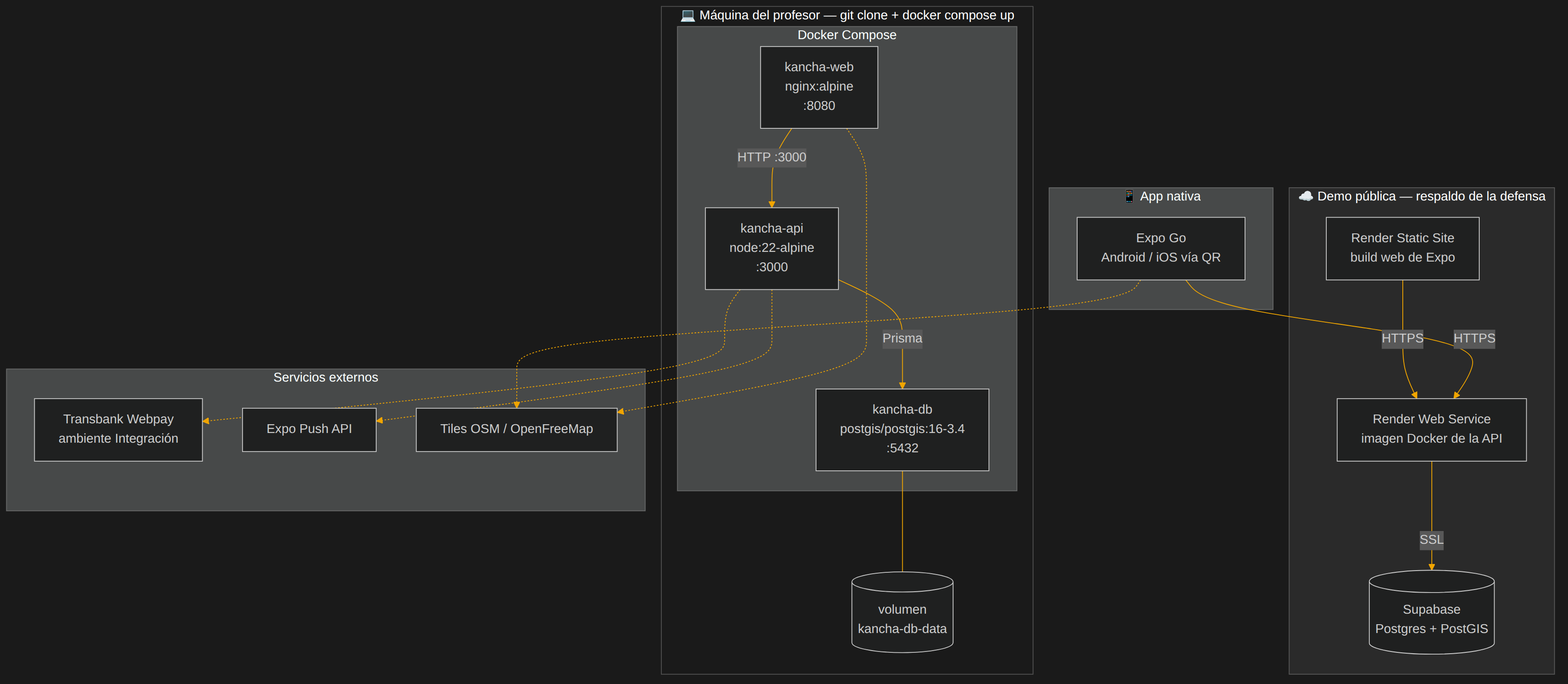
Above: fase-2-desarrollo/docs/diagramas/despliegue-docker.png in avenaaaa/KANCHA (Mermaid), before the change. Its source is kept beside it as fase-2-desarrollo/docs/diagramas/despliegue-docker.mmd.
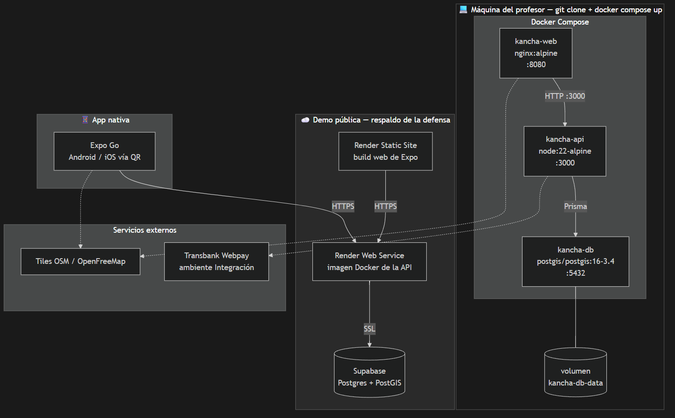
After the change.

What changed in the source:
```diff
@@ -20,7 +20,6 @@
 
     subgraph EXT["Servicios externos"]
         E1["Transbank Webpay<br/>ambiente Integración"]
-        E2["Expo Push API"]
         E3["Tiles OSM / OpenFreeMap"]
     end
 
@@ -30,7 +29,7 @@
     R2 -->|"HTTPS"| R1
     R1 -->|"SSL"| S1
     M1 -->|"HTTPS"| R1
-    C2 -.-> E1 & E2
+    C2 -.-> E1
     C3 -.-> E3
     M1 -.-> E3
 
```
